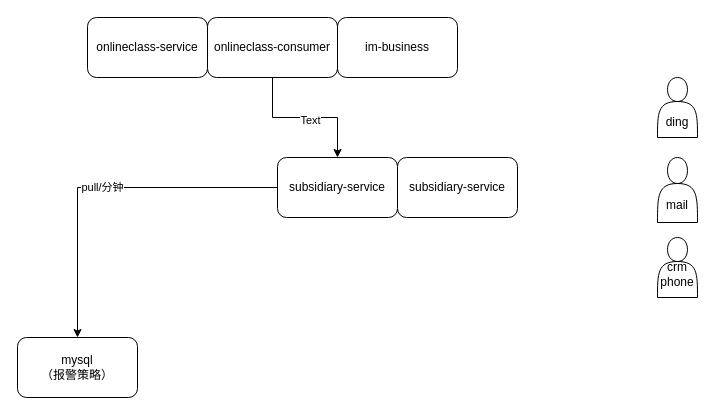
The draw.io diagram 报警系统.drawio in xiell2016/hetaoDesign, before the edit. Source tidied: cells renumbered, new cells numbered last; positions are measured from the earlier drawing's top-left corner, leaving out a move shared by most shapes. Both pictures are drawn from the tidied source at 100%, with x=0, y=0 at pixel (17, 17).
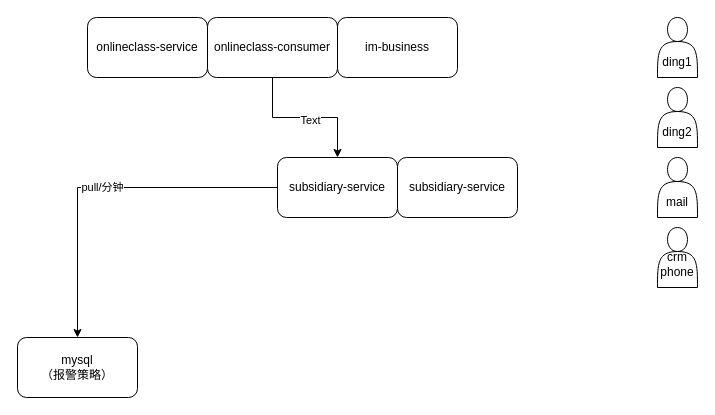
The same diagram, later.

Commit message (it also covers changes not shown here):
更新报警系统.drawio

Diff of the diagram source:
```diff
@@
 <mxGraphModel>
   <root>
     <mxCell id="0" />
     <mxCell id="1" parent="0" />
     <mxCell id="2" value="pull/分钟" style="edgeStyle=orthogonalEdgeStyle;rounded=0;jettySize=auto;html=1;exitX=0;exitY=0.5;exitDx=0;exitDy=0;entryX=0.5;entryY=0;entryDx=0;entryDy=0;" parent="1" edge="1" source="3" target="5">
       <mxGeometry relative="1" as="geometry" />
     </mxCell>
     <mxCell id="3" value="&lt;span&gt;subsidiary-service&lt;/span&gt;" style="rounded=1;whiteSpace=wrap;html=1;" parent="1" vertex="1">
       <mxGeometry x="260" y="140" width="120" height="60" as="geometry" />
     </mxCell>
     <mxCell id="4" value="&lt;span&gt;subsidiary-service&lt;/span&gt;" style="rounded=1;whiteSpace=wrap;html=1;" parent="1" vertex="1">
       <mxGeometry x="380" y="140" width="120" height="60" as="geometry" />
     </mxCell>
     <mxCell id="5" value="mysql&lt;br&gt;（报警策略）" style="rounded=1;whiteSpace=wrap;html=1;" parent="1" vertex="1">
       <mxGeometry y="320" width="120" height="60" as="geometry" />
     </mxCell>
     <mxCell id="6" value="&lt;span&gt;onlineclass-service&lt;/span&gt;" style="rounded=1;whiteSpace=wrap;html=1;" parent="1" vertex="1">
       <mxGeometry x="70" width="120" height="60" as="geometry" />
     </mxCell>
     <mxCell id="7" style="edgeStyle=orthogonalEdgeStyle;rounded=0;jettySize=auto;html=1;" parent="1" edge="1" source="9" target="3">
       <mxGeometry relative="1" as="geometry" />
     </mxCell>
     <mxCell id="8" value="Text" style="edgeLabel;html=1;align=center;verticalAlign=middle;" parent="7" vertex="1">
       <mxGeometry x="0.06" y="-2" relative="1" as="geometry" />
     </mxCell>
     <mxCell id="9" value="&lt;span&gt;onlineclass-consumer&lt;/span&gt;" style="rounded=1;whiteSpace=wrap;html=1;" parent="1" vertex="1">
       <mxGeometry x="190" width="130" height="60" as="geometry" />
     </mxCell>
     <mxCell id="10" value="&lt;span&gt;im-business&lt;/span&gt;" style="rounded=1;whiteSpace=wrap;html=1;" parent="1" vertex="1">
       <mxGeometry x="320" width="120" height="60" as="geometry" />
     </mxCell>
-    <mxCell id="11" value="&lt;br&gt;&lt;br&gt;ding" style="shape=actor;whiteSpace=wrap;html=1;" parent="1" vertex="1">
-      <mxGeometry x="640" y="60" width="40" height="60" as="geometry" />
+    <mxCell id="11" value="&lt;br&gt;&lt;br&gt;ding2" style="shape=actor;whiteSpace=wrap;html=1;" parent="1" vertex="1">
+      <mxGeometry x="640" y="70" width="40" height="60" as="geometry" />
     </mxCell>
     <mxCell id="12" value="&lt;br&gt;&lt;br&gt;mail" style="shape=actor;whiteSpace=wrap;html=1;" parent="1" vertex="1">
-      <mxGeometry x="640" y="140" width="40" height="65" as="geometry" />
+      <mxGeometry x="640" y="140" width="40" height="60" as="geometry" />
     </mxCell>
     <mxCell id="13" value="&lt;br&gt;crm&lt;br&gt;phone" style="shape=actor;whiteSpace=wrap;html=1;" parent="1" vertex="1">
-      <mxGeometry x="640" y="220" width="40" height="60" as="geometry" />
+      <mxGeometry x="640" y="210" width="40" height="60" as="geometry" />
     </mxCell>
+    <mxCell id="14" value="&lt;br&gt;&lt;br&gt;ding1" style="shape=actor;whiteSpace=wrap;html=1;" parent="1" vertex="1">
+      <mxGeometry x="640" width="40" height="60" as="geometry" />
+    </mxCell>
   </root>
 </mxGraphModel>
```
